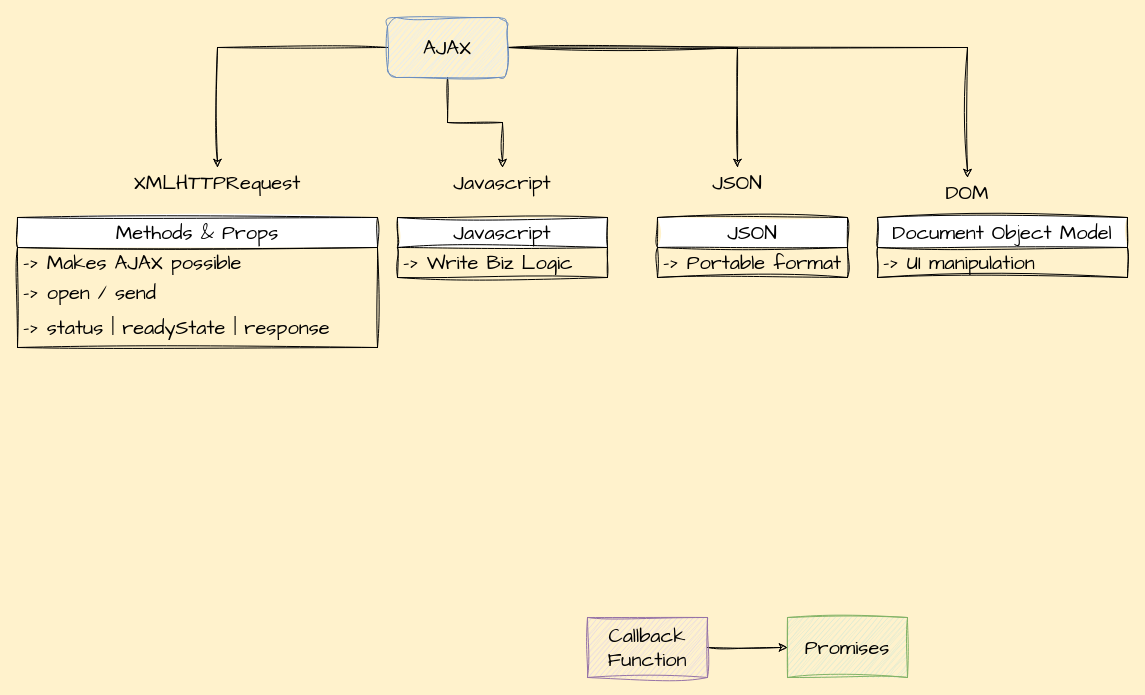
Above: SupportingDocs/MW_AdvS_June_23..drawio in SumeetWajpe/MW_Advanced_Javascript_June_2023 (draw.io), before the change. Source tidied: cells renumbered, new cells numbered last; positions are measured from the earlier drawing's top-left corner, leaving out a move shared by most shapes. Both pictures are drawn from the tidied source at 100%, with x=0, y=0 at pixel (17, 17).
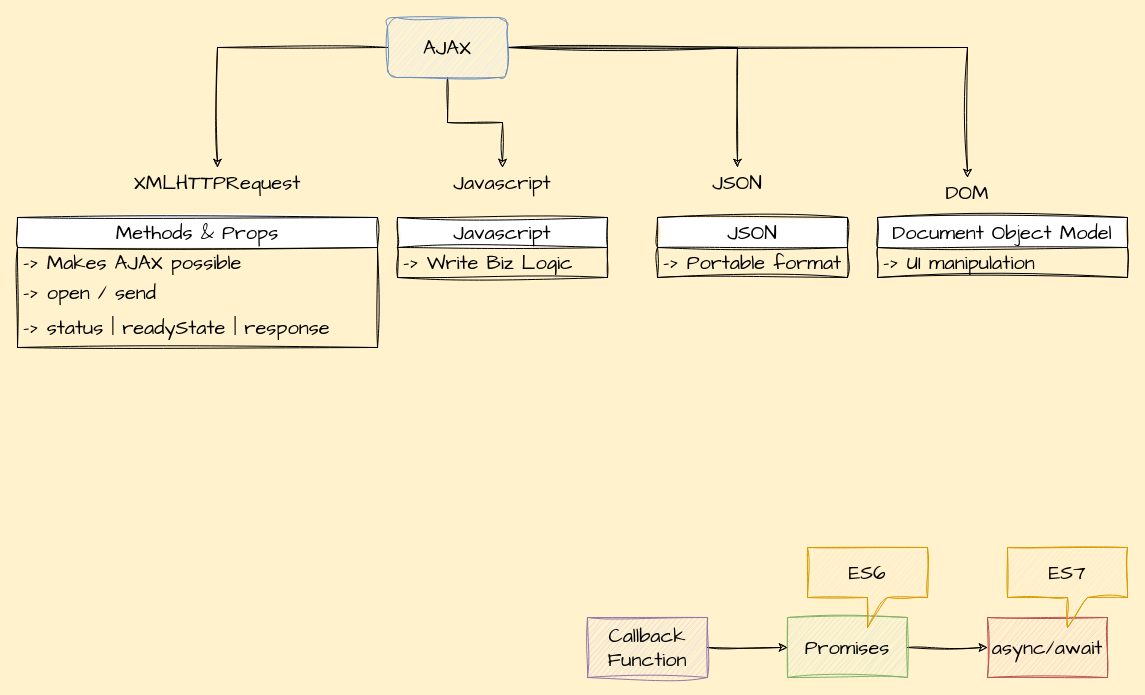
The same page after the edit.

Commit message (it also covers changes not shown here):
✨ ES7 - async/await

The change refers to these unchanged cells:
```xml
<mxCell id="23" value="Promises" style="rounded=0;whiteSpace=wrap;html=1;sketch=1;hachureGap=4;jiggle=2;curveFitting=1;fontFamily=Architects Daughter;fontSize=20;fillColor=#d5e8d4;strokeColor=#82b366;" parent="1" vertex="1">
  <mxGeometry x="770" y="600" width="120" height="60" as="geometry" />
</mxCell>
```

Diff of the diagram source:
```diff
@@
+    <mxCell id="24" style="edgeStyle=orthogonalEdgeStyle;rounded=0;sketch=1;hachureGap=4;jiggle=2;curveFitting=1;jettySize=auto;html=1;fontFamily=Architects Daughter;fontSize=16;" parent="1" edge="1" source="23" target="25">
+      <mxGeometry relative="1" as="geometry" />
+    </mxCell>
@@
+    <mxCell id="25" value="async/await" style="rounded=0;whiteSpace=wrap;html=1;sketch=1;hachureGap=4;jiggle=2;curveFitting=1;fontFamily=Architects Daughter;fontSize=20;fillColor=#f8cecc;strokeColor=#b85450;" parent="1" vertex="1">
+      <mxGeometry x="970" y="600" width="120" height="60" as="geometry" />
+    </mxCell>
+    <mxCell id="26" value="ES7" style="shape=callout;whiteSpace=wrap;html=1;perimeter=calloutPerimeter;sketch=1;hachureGap=4;jiggle=2;curveFitting=1;fontFamily=Architects Daughter;fontSize=20;fillColor=#ffe6cc;strokeColor=#d79b00;" parent="1" vertex="1">
+      <mxGeometry x="990" y="530" width="120" height="80" as="geometry" />
+    </mxCell>
+    <mxCell id="27" value="ES6" style="shape=callout;whiteSpace=wrap;html=1;perimeter=calloutPerimeter;sketch=1;hachureGap=4;jiggle=2;curveFitting=1;fontFamily=Architects Daughter;fontSize=20;fillColor=#ffe6cc;strokeColor=#d79b00;" parent="1" vertex="1">
+      <mxGeometry x="790" y="530" width="120" height="80" as="geometry" />
+    </mxCell>
```
